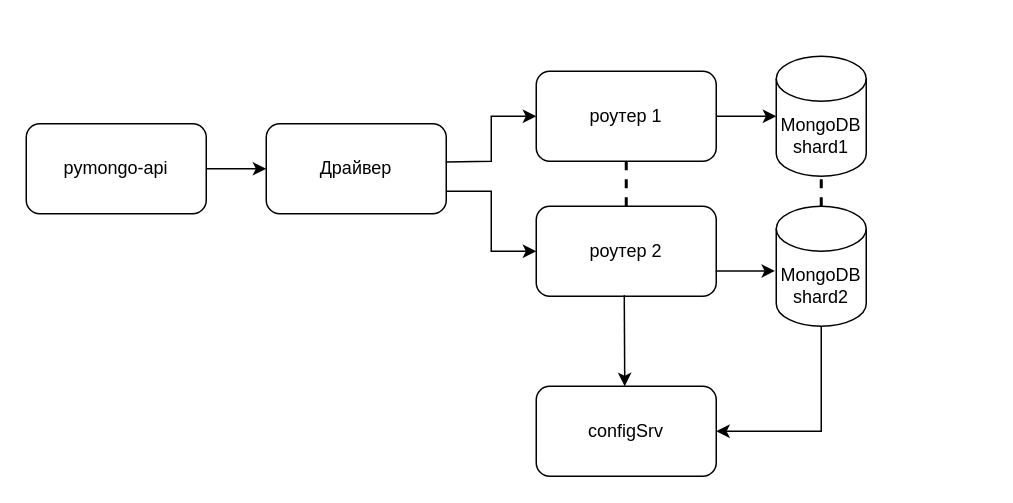
Above: page "Задание 1. Шардирование" (2 of 4) of task1.drawio in Laborant90/architecture-sprint-2 (draw.io), before the change. Source tidied: cells renumbered, new cells numbered last; positions are measured from the earlier drawing's top-left corner, leaving out a move shared by most shapes. Both pictures are drawn from the tidied source at 150%, with x=0, y=0 at pixel (26, 56).
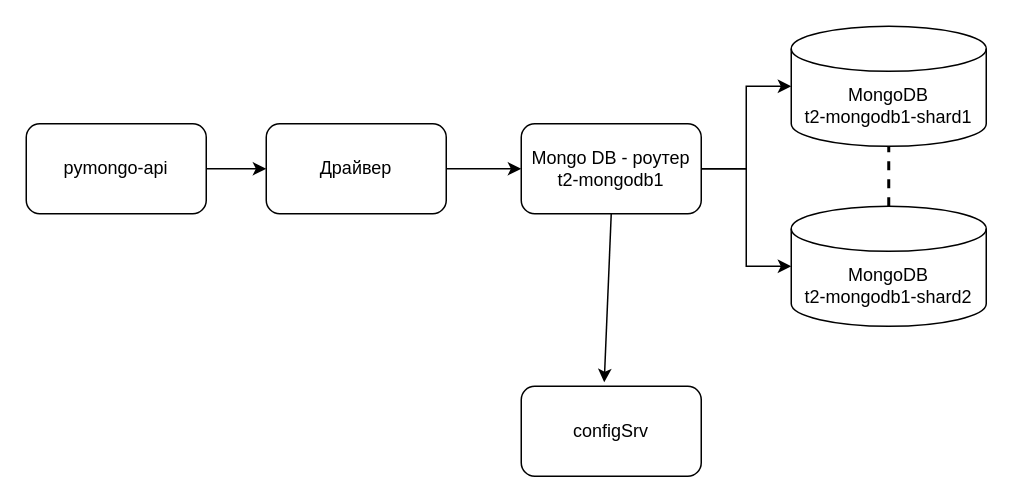
The same diagram, later.

The change refers to these unchanged cells:
```xml
<mxCell id="10" value="Драйвер" style="rounded=1;whiteSpace=wrap;html=1;" parent="1" vertex="1">
  <mxGeometry x="160" y="45" width="120" height="60" as="geometry" />
</mxCell>
```

What changed in the source:
```diff
@@
-    <mxCell id="2" value="MongoDB&lt;div&gt;shard1&lt;/div&gt;" style="shape=cylinder3;whiteSpace=wrap;html=1;boundedLbl=1;backgroundOutline=1;size=15;" parent="1" vertex="1">
-      <mxGeometry x="500" width="60" height="80" as="geometry" />
+    <mxCell id="2" value="MongoDB&lt;div&gt;t2-mongodb1-shard1&lt;/div&gt;" style="shape=cylinder3;whiteSpace=wrap;html=1;boundedLbl=1;backgroundOutline=1;size=15;" parent="1" vertex="1">
+      <mxGeometry x="510" y="-20" width="130" height="80" as="geometry" />
     </mxCell>
@@
+    <mxCell id="18" style="edgeStyle=orthogonalEdgeStyle;rounded=0;jettySize=auto;html=1;" parent="1" edge="1" source="4" target="6">
+      <mxGeometry relative="1" as="geometry" />
+    </mxCell>
-    <mxCell id="4" value="роутер 1" style="rounded=1;whiteSpace=wrap;html=1;" parent="1" vertex="1">
-      <mxGeometry x="340" y="10" width="120" height="60" as="geometry" />
+    <mxCell id="4" value="Mongo DB - роутер&lt;div&gt;t2-mongodb1&lt;/div&gt;" style="rounded=1;whiteSpace=wrap;html=1;" parent="1" vertex="1">
+      <mxGeometry x="330" y="45" width="120" height="60" as="geometry" />
     </mxCell>
-    <mxCell id="5" value="роутер 2" style="rounded=1;whiteSpace=wrap;html=1;" parent="1" vertex="1">
-      <mxGeometry x="340" y="100" width="120" height="60" as="geometry" />
-    </mxCell>
-    <mxCell id="6" value="MongoDB&lt;div&gt;shard2&lt;/div&gt;" style="shape=cylinder3;whiteSpace=wrap;html=1;boundedLbl=1;backgroundOutline=1;size=15;" parent="1" vertex="1">
-      <mxGeometry x="500" y="100" width="60" height="80" as="geometry" />
+    <mxCell id="6" value="MongoDB&lt;div&gt;t2-mongodb1-shard2&lt;/div&gt;" style="shape=cylinder3;whiteSpace=wrap;html=1;boundedLbl=1;backgroundOutline=1;size=15;" parent="1" vertex="1">
+      <mxGeometry x="510" y="100" width="130" height="80" as="geometry" />
     </mxCell>
-    <mxCell id="7" style="endArrow=classic;html=1;rounded=0;entryX=0;entryY=0.5;entryDx=0;entryDy=0;entryPerimeter=0;exitX=1;exitY=0.5;exitDx=0;exitDy=0;" parent="1" edge="1" source="4" target="2">
-      <mxGeometry relative="1" as="geometry" />
-    </mxCell>
-    <mxCell id="8" style="endArrow=classic;html=1;rounded=0;entryX=-0.014;entryY=0.539;entryDx=0;entryDy=0;entryPerimeter=0;exitX=0.997;exitY=0.72;exitDx=0;exitDy=0;exitPerimeter=0;" parent="1" edge="1" source="5" target="6">
-      <mxGeometry relative="1" as="geometry" />
-    </mxCell>
@@
     <mxCell id="11" value="configSrv" style="rounded=1;whiteSpace=wrap;html=1;" parent="1" vertex="1">
-      <mxGeometry x="340" y="220" width="120" height="60" as="geometry" />
+      <mxGeometry x="330" y="220" width="120" height="60" as="geometry" />
     </mxCell>
-    <mxCell id="12" style="endArrow=none;dashed=1;html=1;strokeWidth=2;rounded=0;entryX=0.5;entryY=1;entryDx=0;entryDy=0;exitX=0.5;exitY=0;exitDx=0;exitDy=0;" parent="1" edge="1" source="5" target="4">
-      <mxGeometry relative="1" as="geometry" />
-    </mxCell>
+    <mxCell id="16" style="endArrow=none;dashed=1;html=1;strokeWidth=2;rounded=0;entryX=0.5;entryY=1;entryDx=0;entryDy=0;entryPerimeter=0;exitX=0.5;exitY=0;exitDx=0;exitDy=0;exitPerimeter=0;" parent="1" edge="1" source="6" target="2">
+      <mxGeometry relative="1" as="geometry" />
+    </mxCell>
-    <mxCell id="13" style="endArrow=classic;html=1;rounded=0;entryX=0;entryY=0.5;entryDx=0;entryDy=0;exitX=0.998;exitY=0.425;exitDx=0;exitDy=0;exitPerimeter=0;" parent="1" edge="1" source="10" target="4">
-      <mxGeometry relative="1" as="geometry">
-        <Array as="points">
-          <mxPoint x="310" y="70" />
-          <mxPoint x="310" y="40" />
-        </Array>
-      </mxGeometry>
+    <mxCell id="13" style="endArrow=classic;html=1;rounded=0;entryX=0;entryY=0.5;entryDx=0;entryDy=0;exitX=1;exitY=0.5;exitDx=0;exitDy=0;" parent="1" edge="1" source="10" target="4">
+      <mxGeometry relative="1" as="geometry" />
     </mxCell>
-    <mxCell id="14" style="endArrow=classic;html=1;rounded=0;entryX=0;entryY=0.5;entryDx=0;entryDy=0;exitX=1;exitY=0.75;exitDx=0;exitDy=0;" parent="1" edge="1" source="10" target="5">
-      <mxGeometry relative="1" as="geometry">
-        <Array as="points">
-          <mxPoint x="310" y="90" />
-          <mxPoint x="310" y="110" />
-          <mxPoint x="310" y="130" />
-        </Array>
-      </mxGeometry>
-    </mxCell>
-    <mxCell id="15" style="endArrow=classic;html=1;rounded=0;exitX=0.489;exitY=0.99;exitDx=0;exitDy=0;exitPerimeter=0;" parent="1" edge="1" source="5">
-      <mxGeometry relative="1" as="geometry">
-        <mxPoint x="399" y="220" as="targetPoint" />
-      </mxGeometry>
-    </mxCell>
-    <mxCell id="16" style="endArrow=none;dashed=1;html=1;strokeWidth=2;rounded=0;entryX=0.5;entryY=1;entryDx=0;entryDy=0;entryPerimeter=0;exitX=0.5;exitY=0;exitDx=0;exitDy=0;exitPerimeter=0;" parent="1" edge="1" source="6" target="2">
-      <mxGeometry relative="1" as="geometry" />
-    </mxCell>
-    <mxCell id="17" style="endArrow=classic;html=1;rounded=0;entryX=1;entryY=0.5;entryDx=0;entryDy=0;exitX=0.5;exitY=1;exitDx=0;exitDy=0;exitPerimeter=0;" parent="1" edge="1" source="6" target="11">
-      <mxGeometry relative="1" as="geometry">
-        <Array as="points">
-          <mxPoint x="530" y="250" />
-        </Array>
-      </mxGeometry>
-    </mxCell>
+    <mxCell id="7" style="endArrow=classic;html=1;rounded=0;entryX=0;entryY=0.5;entryDx=0;entryDy=0;entryPerimeter=0;exitX=1;exitY=0.5;exitDx=0;exitDy=0;" parent="1" edge="1" source="4" target="2">
+      <mxGeometry relative="1" as="geometry">
+        <Array as="points">
+          <mxPoint x="480" y="75" />
+          <mxPoint x="480" y="20" />
+        </Array>
+      </mxGeometry>
+    </mxCell>
+    <mxCell id="19" style="endArrow=classic;html=1;rounded=0;entryX=0.461;entryY=-0.044;entryDx=0;entryDy=0;entryPerimeter=0;exitX=0.5;exitY=1;exitDx=0;exitDy=0;" parent="1" edge="1" source="4" target="11">
+      <mxGeometry relative="1" as="geometry" />
+    </mxCell>
```
